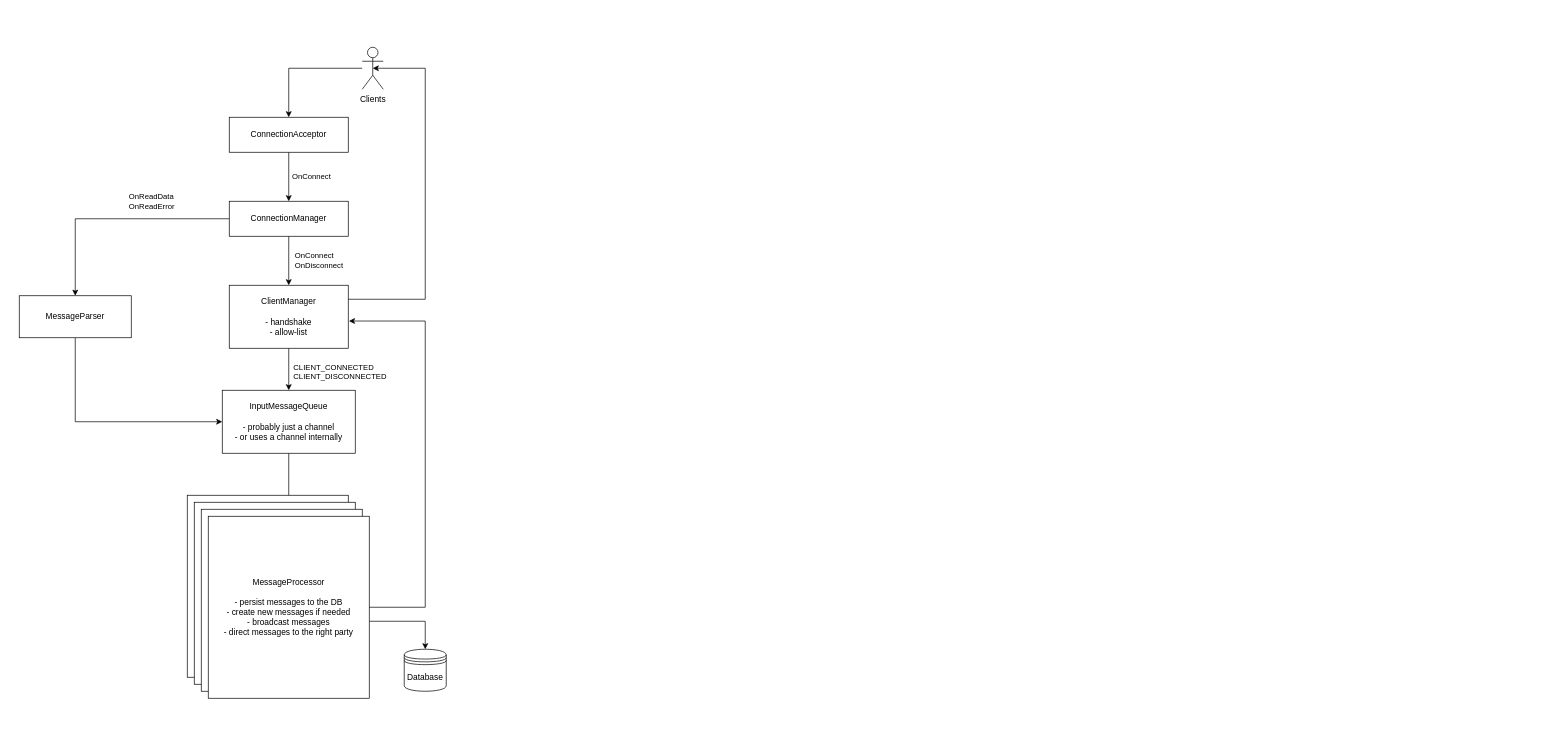
Before: resources/chat-server.drawio in Knoblauchpilze/chat-server, a draw.io diagram. Source tidied: cells renumbered, new cells numbered last; positions are measured from the earlier drawing's top-left corner, leaving out a move shared by most shapes. Both pictures are drawn from the tidied source at 70%, with x=0, y=0 at pixel (19, 47).
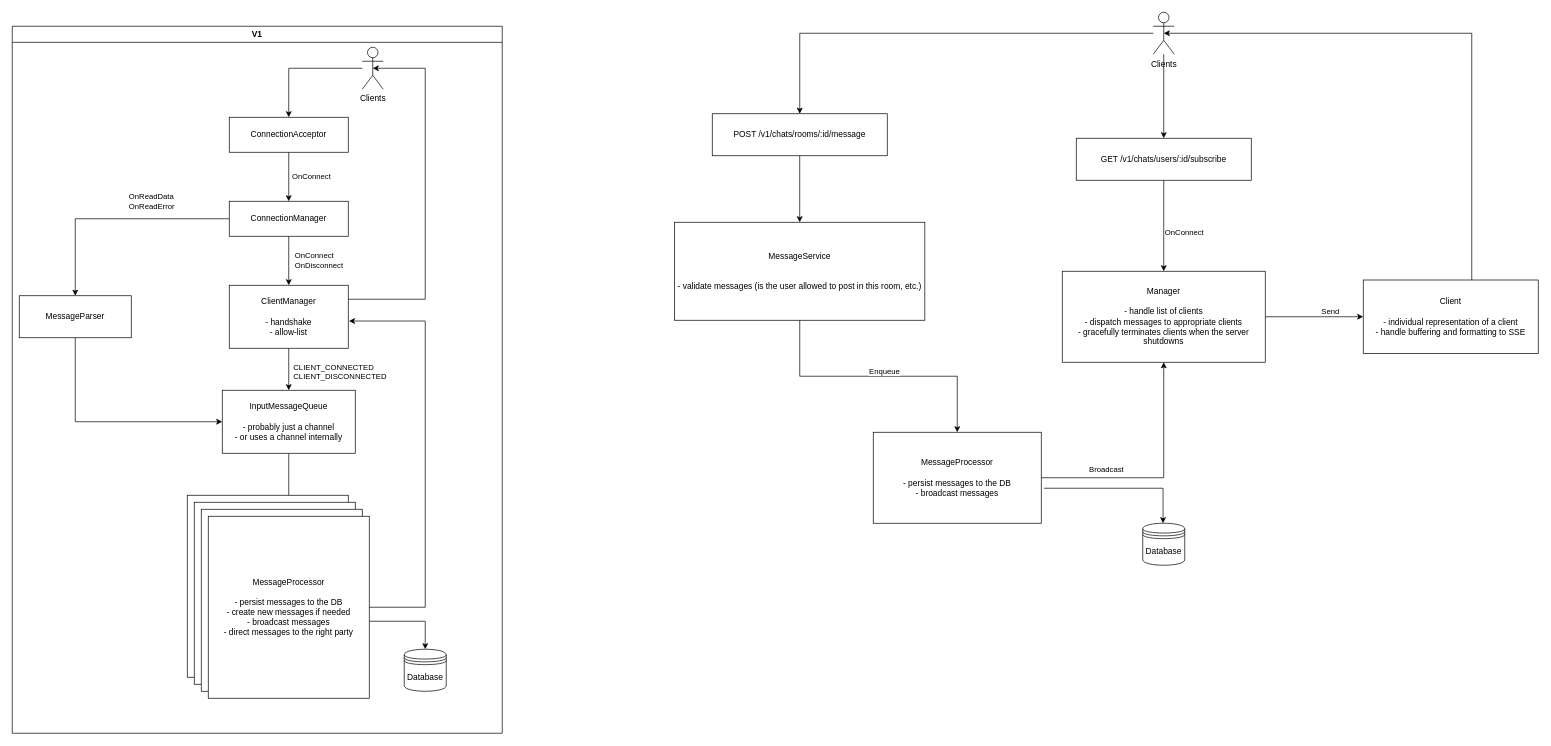
After the change.

What changed in the source:
```diff
@@
+    <mxCell id="27" value="V1" style="swimlane;whiteSpace=wrap;html=1;" parent="1" vertex="1">
+      <mxGeometry x="-10" y="-30" width="700" height="1010" as="geometry" />
+    </mxCell>
+    <mxCell id="28" style="edgeStyle=orthogonalEdgeStyle;rounded=0;jettySize=auto;html=1;entryX=0.5;entryY=0;entryDx=0;entryDy=0;" parent="1" edge="1" source="30" target="32">
+      <mxGeometry relative="1" as="geometry" />
+    </mxCell>
+    <mxCell id="29" style="edgeStyle=orthogonalEdgeStyle;rounded=0;jettySize=auto;html=1;entryX=0.5;entryY=0;entryDx=0;entryDy=0;" parent="1" edge="1" source="30" target="35">
+      <mxGeometry relative="1" as="geometry" />
+    </mxCell>
+    <mxCell id="30" value="Clients" style="shape=umlActor;verticalLabelPosition=bottom;verticalAlign=top;html=1;outlineConnect=0;" parent="1" vertex="1">
+      <mxGeometry x="1620" y="-50" width="30" height="60" as="geometry" />
+    </mxCell>
+    <mxCell id="31" style="edgeStyle=orthogonalEdgeStyle;rounded=0;jettySize=auto;html=1;entryX=0.5;entryY=0;entryDx=0;entryDy=0;" parent="1" edge="1" source="32" target="46">
+      <mxGeometry relative="1" as="geometry" />
+    </mxCell>
+    <mxCell id="32" value="POST /v1/chats/rooms/:id/message" style="rounded=0;whiteSpace=wrap;html=1;" parent="1" vertex="1">
+      <mxGeometry x="990" y="95" width="250" height="60" as="geometry" />
+    </mxCell>
+    <mxCell id="33" style="edgeStyle=orthogonalEdgeStyle;rounded=0;jettySize=auto;html=1;entryX=0.5;entryY=0;entryDx=0;entryDy=0;" parent="1" edge="1" source="35" target="43">
+      <mxGeometry relative="1" as="geometry" />
+    </mxCell>
+    <mxCell id="34" value="OnConnect" style="edgeLabel;html=1;align=left;verticalAlign=middle;" parent="33" vertex="1">
+      <mxGeometry x="0.13" relative="1" as="geometry" />
+    </mxCell>
+    <mxCell id="35" value="GET /v1/chats/users/:id/subscribe" style="rounded=0;whiteSpace=wrap;html=1;" parent="1" vertex="1">
+      <mxGeometry x="1510" y="130" width="250" height="60" as="geometry" />
+    </mxCell>
+    <mxCell id="36" value="Database" style="shape=datastore;whiteSpace=wrap;html=1;" parent="1" vertex="1">
+      <mxGeometry x="1605" y="680" width="60" height="60" as="geometry" />
+    </mxCell>
+    <mxCell id="37" style="edgeStyle=orthogonalEdgeStyle;rounded=0;orthogonalLoop=1;jettySize=auto;html=1;entryX=0.5;entryY=0;entryDx=0;entryDy=0;" parent="1" edge="1">
+      <mxGeometry relative="1" as="geometry">
+        <mxPoint x="1464" y="630" as="sourcePoint" />
+        <mxPoint x="1634" y="680" as="targetPoint" />
+        <Array as="points">
+          <mxPoint x="1634" y="630" />
+        </Array>
+      </mxGeometry>
+    </mxCell>
+    <mxCell id="38" style="edgeStyle=orthogonalEdgeStyle;rounded=0;jettySize=auto;html=1;" parent="1" edge="1" source="40" target="43">
+      <mxGeometry relative="1" as="geometry" />
+    </mxCell>
+    <mxCell id="39" value="Broadcast" style="edgeLabel;html=1;align=center;verticalAlign=bottom;" parent="38" vertex="1">
+      <mxGeometry x="-0.46" y="4" relative="1" as="geometry" />
+    </mxCell>
+    <mxCell id="40" value="&lt;div&gt;MessageProcessor&lt;/div&gt;&lt;div&gt;&lt;br&gt;&lt;/div&gt;&lt;div&gt;- persist messages to the DB&lt;/div&gt;&lt;div&gt;- broadcast messages&lt;/div&gt;" style="rounded=0;whiteSpace=wrap;html=1;" parent="1" vertex="1">
+      <mxGeometry x="1220" y="550" width="240" height="130" as="geometry" />
+    </mxCell>
+    <mxCell id="41" style="edgeStyle=orthogonalEdgeStyle;rounded=0;jettySize=auto;html=1;" parent="1" edge="1" source="43" target="47">
+      <mxGeometry relative="1" as="geometry" />
+    </mxCell>
+    <mxCell id="42" value="&lt;div&gt;Send&lt;/div&gt;" style="edgeLabel;html=1;align=center;verticalAlign=bottom;" parent="41" vertex="1">
+      <mxGeometry x="0.32" relative="1" as="geometry" />
+    </mxCell>
+    <mxCell id="43" value="&lt;div&gt;Manager&lt;/div&gt;&lt;div&gt;&lt;br&gt;&lt;/div&gt;&lt;div&gt;- handle list of clients&lt;/div&gt;&lt;div&gt;- dispatch messages to appropriate clients&lt;/div&gt;&lt;div&gt;- gracefully terminates clients when the server shutdowns&lt;/div&gt;" style="rounded=0;whiteSpace=wrap;html=1;" parent="1" vertex="1">
+      <mxGeometry x="1490" y="320" width="290" height="130" as="geometry" />
+    </mxCell>
+    <mxCell id="44" style="edgeStyle=orthogonalEdgeStyle;rounded=0;jettySize=auto;html=1;" parent="1" edge="1" source="46" target="40">
+      <mxGeometry relative="1" as="geometry" />
+    </mxCell>
+    <mxCell id="45" value="Enqueue" style="edgeLabel;html=1;align=center;verticalAlign=bottom;" parent="44" vertex="1">
+      <mxGeometry x="0.04" y="-1" relative="1" as="geometry" />
+    </mxCell>
+    <mxCell id="46" value="&lt;div&gt;MessageService&lt;/div&gt;&lt;div&gt;&lt;br&gt;&lt;/div&gt;&lt;div&gt;&lt;br&gt;&lt;/div&gt;&lt;div&gt;- validate messages (is the user allowed to post in this room, etc.)&lt;/div&gt;" style="rounded=0;whiteSpace=wrap;html=1;" parent="1" vertex="1">
+      <mxGeometry x="936.2" y="250" width="357.5" height="140" as="geometry" />
+    </mxCell>
+    <mxCell id="47" value="&lt;div&gt;Client&lt;/div&gt;&lt;div&gt;&lt;br&gt;&lt;/div&gt;&lt;div&gt;- individual representation of a client&lt;/div&gt;&lt;div&gt;- handle buffering and formatting to SSE&lt;/div&gt;" style="rounded=0;whiteSpace=wrap;html=1;" parent="1" vertex="1">
+      <mxGeometry x="1920" y="332.5" width="250" height="105" as="geometry" />
+    </mxCell>
+    <mxCell id="48" style="edgeStyle=orthogonalEdgeStyle;rounded=0;jettySize=auto;html=1;entryX=0.5;entryY=0.5;entryDx=0;entryDy=0;entryPerimeter=0;" parent="1" edge="1" source="47" target="30">
+      <mxGeometry relative="1" as="geometry">
+        <Array as="points">
+          <mxPoint x="2075" y="-20" />
+        </Array>
+      </mxGeometry>
+    </mxCell>
```
